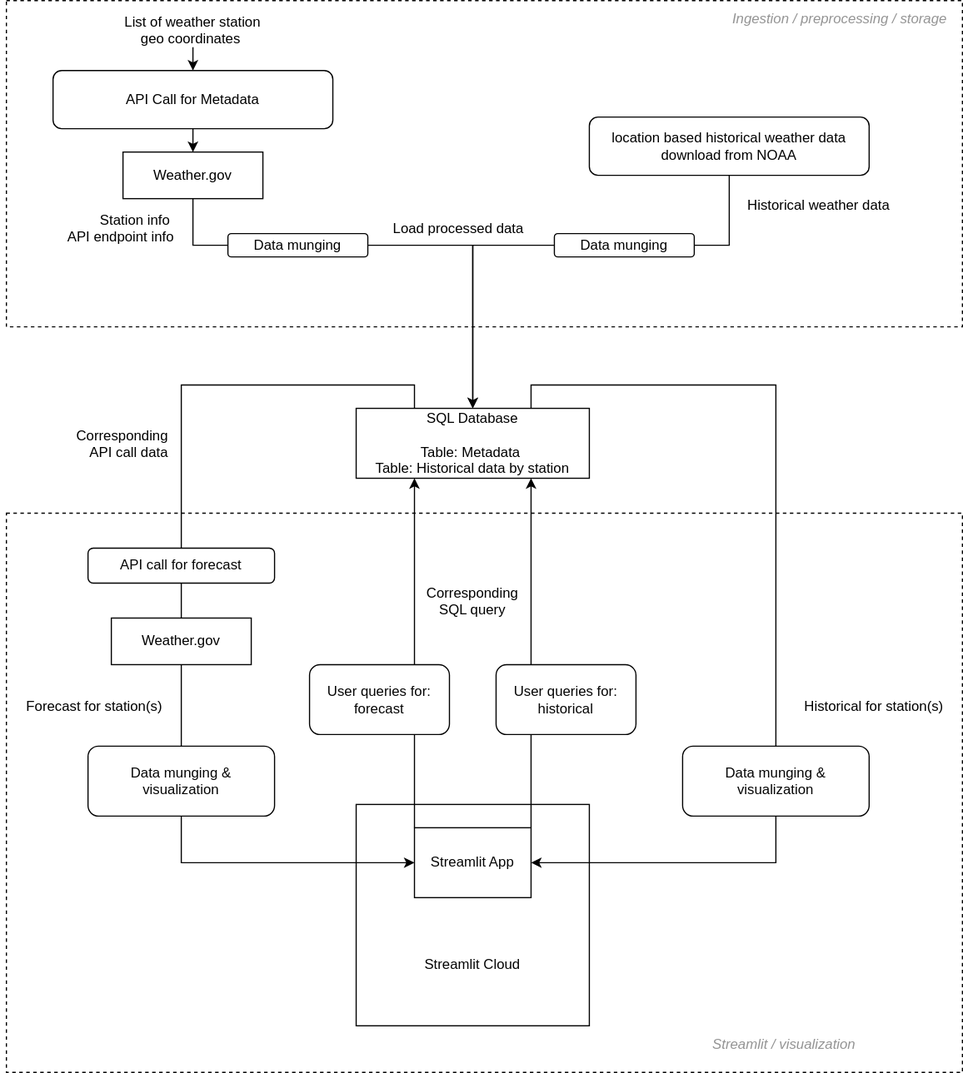
Earlier version of the draw.io export 07 Engineering/Flowchart - weather data.drawio.svg (nkim500/Metis_Projects). Source tidied: cells renumbered, new cells last; positions are measured from the earlier drawing's top-left corner, leaving out a move shared by most shapes. Its diagram source:
```xml
<mxGraphModel>
  <root>
    <mxCell id="0" />
    <mxCell id="1" parent="0" />
    <mxCell id="2" style="rounded=0;whiteSpace=wrap;html=1;fillColor=none;dashed=1;" parent="1" vertex="1">
      <mxGeometry x="5" width="820" height="280" as="geometry" />
    </mxCell>
    <mxCell id="3" style="edgeStyle=orthogonalEdgeStyle;rounded=0;jettySize=auto;html=1;exitX=0.5;exitY=1;exitDx=0;exitDy=0;entryX=0.5;entryY=0;entryDx=0;entryDy=0;" parent="1" edge="1" source="4" target="6">
      <mxGeometry relative="1" as="geometry" />
    </mxCell>
    <mxCell id="4" value="API Call for Metadata" style="rounded=1;whiteSpace=wrap;html=1;" parent="1" vertex="1">
      <mxGeometry x="45" y="60" width="240" height="50" as="geometry" />
    </mxCell>
    <mxCell id="5" style="edgeStyle=orthogonalEdgeStyle;rounded=0;jettySize=auto;html=1;exitX=1;exitY=0.5;exitDx=0;exitDy=0;entryX=0.5;entryY=0;entryDx=0;entryDy=0;startArrow=none;" parent="1" edge="1" source="14" target="11">
      <mxGeometry relative="1" as="geometry" />
    </mxCell>
    <mxCell id="6" value="Weather.gov" style="rounded=0;whiteSpace=wrap;html=1;" parent="1" vertex="1">
      <mxGeometry x="105" y="130" width="120" height="40" as="geometry" />
    </mxCell>
    <mxCell id="7" value="Station info &#10;API endpoint info" style="text;strokeColor=none;fillColor=none;align=right;verticalAlign=middle;spacingLeft=4;spacingRight=4;overflow=hidden;" parent="1" vertex="1">
      <mxGeometry x="35" y="180" width="120" height="30" as="geometry" />
    </mxCell>
    <mxCell id="8" value="List of weather station &#10;geo coordinates " style="text;strokeColor=none;fillColor=none;align=center;verticalAlign=middle;spacingLeft=4;spacingRight=4;overflow=hidden;" parent="1" vertex="1">
      <mxGeometry x="70" y="10" width="190" height="30" as="geometry" />
    </mxCell>
    <mxCell id="9" style="endArrow=classic;html=1;rounded=0;entryX=0.5;entryY=0;entryDx=0;entryDy=0;" parent="1" edge="1" target="4">
      <mxGeometry relative="1" as="geometry">
        <mxPoint x="165" y="40" as="sourcePoint" />
      </mxGeometry>
    </mxCell>
    <mxCell id="10" value="location based historical weather data download from NOAA" style="rounded=1;whiteSpace=wrap;html=1;" parent="1" vertex="1">
      <mxGeometry x="505" y="100" width="240" height="50" as="geometry" />
    </mxCell>
    <mxCell id="11" value="SQL Database&lt;br&gt;&lt;br&gt;Table: Metadata&amp;nbsp;&lt;br&gt;Table: Historical data by station" style="rounded=0;whiteSpace=wrap;html=1;" parent="1" vertex="1">
      <mxGeometry x="305" y="350" width="200" height="60" as="geometry" />
    </mxCell>
    <mxCell id="12" style="edgeStyle=orthogonalEdgeStyle;rounded=0;jettySize=auto;html=1;exitX=0;exitY=0.5;exitDx=0;exitDy=0;entryX=0.5;entryY=0;entryDx=0;entryDy=0;" parent="1" edge="1" source="16" target="11">
      <mxGeometry relative="1" as="geometry">
        <Array as="points">
          <mxPoint x="405" y="210" />
        </Array>
      </mxGeometry>
    </mxCell>
    <mxCell id="13" value="Historical weather data" style="text;strokeColor=none;fillColor=none;align=left;verticalAlign=middle;spacingLeft=4;spacingRight=4;overflow=hidden;" parent="1" vertex="1">
      <mxGeometry x="635" y="160" width="190" height="30" as="geometry" />
    </mxCell>
    <mxCell id="14" value="Data munging" style="rounded=1;whiteSpace=wrap;html=1;" parent="1" vertex="1">
      <mxGeometry x="195" y="200" width="120" height="20" as="geometry" />
    </mxCell>
    <mxCell id="15" style="edgeStyle=orthogonalEdgeStyle;rounded=0;jettySize=auto;html=1;exitX=0.5;exitY=1;exitDx=0;exitDy=0;entryX=0;entryY=0.5;entryDx=0;entryDy=0;endArrow=none;" parent="1" edge="1" source="6" target="14">
      <mxGeometry relative="1" as="geometry" />
    </mxCell>
    <mxCell id="16" value="Data munging" style="rounded=1;whiteSpace=wrap;html=1;" parent="1" vertex="1">
      <mxGeometry x="475" y="200" width="120" height="20" as="geometry" />
    </mxCell>
    <mxCell id="17" style="edgeStyle=orthogonalEdgeStyle;rounded=0;jettySize=auto;html=1;entryX=1;entryY=0.5;entryDx=0;entryDy=0;endArrow=none;exitX=0.5;exitY=1;exitDx=0;exitDy=0;" parent="1" edge="1" source="10" target="16">
      <mxGeometry relative="1" as="geometry" />
    </mxCell>
    <mxCell id="18" value="Ingestion / preprocessing / storage" style="text;strokeColor=none;fillColor=none;align=center;verticalAlign=middle;spacingLeft=4;spacingRight=4;overflow=hidden;fontStyle=2;fontColor=#949494;" parent="1" vertex="1">
      <mxGeometry x="615" width="210" height="30" as="geometry" />
    </mxCell>
    <mxCell id="19" value="Streamlit / visualization" style="text;strokeColor=none;fillColor=none;align=left;verticalAlign=middle;spacingLeft=4;spacingRight=4;overflow=hidden;fontStyle=2;fontColor=#949494;" parent="1" vertex="1">
      <mxGeometry x="605" y="880" width="210" height="30" as="geometry" />
    </mxCell>
    <mxCell id="20" value="&lt;font color=&quot;#050505&quot;&gt;Streamlit App&lt;br&gt;&lt;/font&gt;" style="rounded=0;whiteSpace=wrap;html=1;fontColor=#949494;fillColor=none;" parent="1" vertex="1">
      <mxGeometry x="355" y="710" width="100" height="60" as="geometry" />
    </mxCell>
    <mxCell id="21" value="Corresponding &#10;SQL query" style="text;strokeColor=none;fillColor=none;align=center;verticalAlign=middle;spacingLeft=4;spacingRight=4;overflow=hidden;" parent="1" vertex="1">
      <mxGeometry x="345" y="500" width="120" height="30" as="geometry" />
    </mxCell>
    <mxCell id="22" value="User queries for:&lt;br&gt;forecast" style="rounded=1;whiteSpace=wrap;html=1;fontColor=#050505;fillColor=none;" parent="1" vertex="1">
      <mxGeometry x="265" y="570" width="120" height="60" as="geometry" />
    </mxCell>
    <mxCell id="23" value="User queries for:&lt;br&gt;historical" style="rounded=1;whiteSpace=wrap;html=1;fontColor=#050505;fillColor=none;" parent="1" vertex="1">
      <mxGeometry x="425" y="570" width="120" height="60" as="geometry" />
    </mxCell>
    <mxCell id="24" value="&lt;font style=&quot;font-size: 12px&quot;&gt;Data munging &amp;amp; &lt;br&gt;visualization&lt;/font&gt;" style="rounded=1;whiteSpace=wrap;html=1;fontSize=6;fontColor=#050505;fillColor=none;" parent="1" vertex="1">
      <mxGeometry x="75" y="640" width="160" height="60" as="geometry" />
    </mxCell>
    <mxCell id="25" style="endArrow=classic;html=1;rounded=0;fontSize=12;fontColor=#050505;entryX=0.25;entryY=1;entryDx=0;entryDy=0;exitX=0.75;exitY=0;exitDx=0;exitDy=0;" parent="1" edge="1" source="22" target="11">
      <mxGeometry relative="1" as="geometry" />
    </mxCell>
    <mxCell id="26" style="endArrow=classic;html=1;rounded=0;fontSize=12;fontColor=#050505;entryX=0.75;entryY=1;entryDx=0;entryDy=0;exitX=0.25;exitY=0;exitDx=0;exitDy=0;" parent="1" edge="1" source="23" target="11">
      <mxGeometry relative="1" as="geometry" />
    </mxCell>
    <mxCell id="27" style="endArrow=none;html=1;rounded=0;fontSize=12;fontColor=#050505;entryX=0;entryY=0;entryDx=0;entryDy=0;exitX=0.75;exitY=1;exitDx=0;exitDy=0;" parent="1" edge="1" source="22" target="20">
      <mxGeometry relative="1" as="geometry" />
    </mxCell>
    <mxCell id="28" style="endArrow=none;html=1;rounded=0;fontSize=12;fontColor=#050505;entryX=0.25;entryY=1;entryDx=0;entryDy=0;exitX=1;exitY=0;exitDx=0;exitDy=0;" parent="1" edge="1" source="20" target="23">
      <mxGeometry relative="1" as="geometry" />
    </mxCell>
    <mxCell id="29" style="edgeStyle=orthogonalEdgeStyle;rounded=0;jettySize=auto;html=1;exitX=0.5;exitY=0;exitDx=0;exitDy=0;entryX=0.25;entryY=0;entryDx=0;entryDy=0;endArrow=none;" parent="1" edge="1" source="32" target="11">
      <mxGeometry relative="1" as="geometry" />
    </mxCell>
    <mxCell id="30" style="edgeStyle=orthogonalEdgeStyle;rounded=0;jettySize=auto;html=1;fontSize=12;fontColor=#050505;entryX=0;entryY=0.5;entryDx=0;entryDy=0;exitX=0.5;exitY=1;exitDx=0;exitDy=0;" parent="1" edge="1" source="24" target="20">
      <mxGeometry relative="1" as="geometry" />
    </mxCell>
    <mxCell id="31" value="Weather.gov" style="rounded=0;whiteSpace=wrap;html=1;" parent="1" vertex="1">
      <mxGeometry x="95" y="530" width="120" height="40" as="geometry" />
    </mxCell>
    <mxCell id="32" value="&lt;font style=&quot;font-size: 12px&quot;&gt;API call for forecast&lt;/font&gt;" style="rounded=1;whiteSpace=wrap;html=1;fontSize=6;fontColor=#050505;fillColor=none;" parent="1" vertex="1">
      <mxGeometry x="75" y="470" width="160" height="30" as="geometry" />
    </mxCell>
    <mxCell id="33" style="endArrow=none;html=1;rounded=0;fontSize=12;fontColor=#050505;entryX=0.5;entryY=1;entryDx=0;entryDy=0;exitX=0.5;exitY=0;exitDx=0;exitDy=0;" parent="1" edge="1" source="31" target="32">
      <mxGeometry relative="1" as="geometry" />
    </mxCell>
    <mxCell id="34" style="endArrow=none;html=1;rounded=0;fontSize=12;fontColor=#050505;entryX=0.5;entryY=1;entryDx=0;entryDy=0;exitX=0.5;exitY=0;exitDx=0;exitDy=0;" parent="1" edge="1" source="24" target="31">
      <mxGeometry relative="1" as="geometry" />
    </mxCell>
    <mxCell id="35" value="Forecast for station(s)" style="text;strokeColor=none;fillColor=none;align=right;verticalAlign=middle;spacingLeft=4;spacingRight=4;overflow=hidden;" parent="1" vertex="1">
      <mxGeometry x="5" y="590" width="140" height="30" as="geometry" />
    </mxCell>
    <mxCell id="36" value="&lt;font style=&quot;font-size: 12px&quot;&gt;Data munging &amp;amp; &lt;br&gt;visualization&lt;/font&gt;" style="rounded=1;whiteSpace=wrap;html=1;fontSize=6;fontColor=#050505;fillColor=none;" parent="1" vertex="1">
      <mxGeometry x="585" y="640" width="160" height="60" as="geometry" />
    </mxCell>
    <mxCell id="37" value="Load processed data" style="text;strokeColor=none;fillColor=none;align=right;verticalAlign=middle;spacingLeft=4;spacingRight=4;overflow=hidden;" parent="1" vertex="1">
      <mxGeometry x="305" y="180" width="150" height="30" as="geometry" />
    </mxCell>
    <mxCell id="38" style="edgeStyle=orthogonalEdgeStyle;rounded=0;jettySize=auto;html=1;exitX=0.5;exitY=0;exitDx=0;exitDy=0;entryX=0.75;entryY=0;entryDx=0;entryDy=0;endArrow=none;" parent="1" edge="1" source="36" target="11">
      <mxGeometry relative="1" as="geometry" />
    </mxCell>
    <mxCell id="39" style="edgeStyle=orthogonalEdgeStyle;rounded=0;jettySize=auto;html=1;fontSize=12;fontColor=#050505;entryX=1;entryY=0.5;entryDx=0;entryDy=0;exitX=0.5;exitY=1;exitDx=0;exitDy=0;" parent="1" edge="1" source="36" target="20">
      <mxGeometry relative="1" as="geometry" />
    </mxCell>
    <mxCell id="40" value="&lt;br&gt;&lt;br&gt;&lt;br&gt;&lt;br&gt;&lt;br&gt;&lt;br&gt;Streamlit Cloud" style="rounded=0;whiteSpace=wrap;html=1;fontColor=#050505;fillColor=none;align=center;" parent="1" vertex="1">
      <mxGeometry x="305" y="690" width="200" height="190" as="geometry" />
    </mxCell>
    <mxCell id="41" value="Historical for station(s)" style="text;strokeColor=none;fillColor=none;align=right;verticalAlign=middle;spacingLeft=4;spacingRight=4;overflow=hidden;" parent="1" vertex="1">
      <mxGeometry x="675" y="590" width="140" height="30" as="geometry" />
    </mxCell>
    <mxCell id="42" style="rounded=0;whiteSpace=wrap;html=1;fillColor=none;dashed=1;" parent="1" vertex="1">
      <mxGeometry x="5" y="440" width="820" height="480" as="geometry" />
    </mxCell>
    <mxCell id="43" value="Corresponding &#10;API call data" style="text;strokeColor=none;fillColor=none;align=right;verticalAlign=middle;spacingLeft=4;spacingRight=4;overflow=hidden;" parent="1" vertex="1">
      <mxGeometry y="365" width="150" height="30" as="geometry" />
    </mxCell>
  </root>
</mxGraphModel>
```
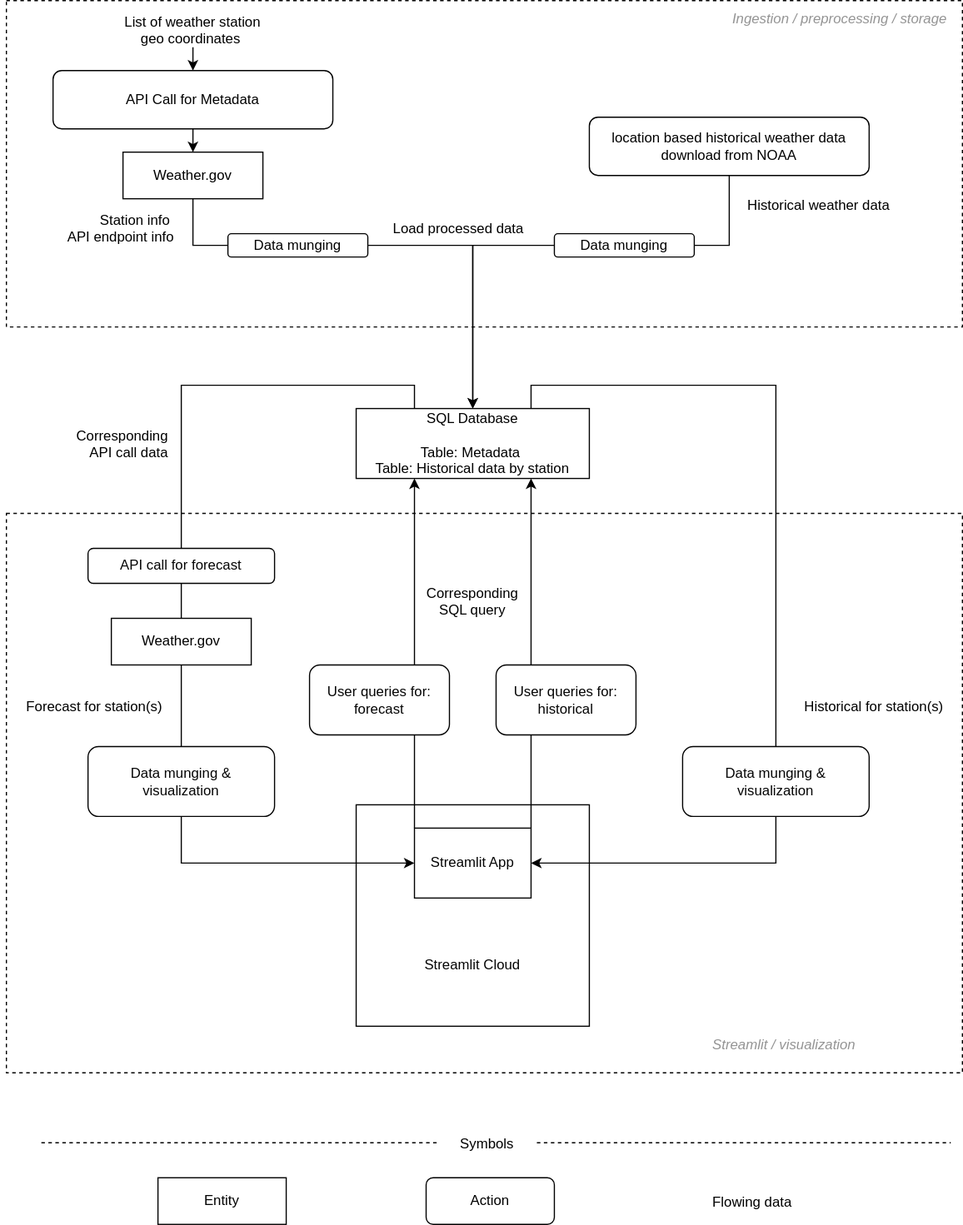
Above is the later version.

Diff of the diagram source:
```diff
@@ -134,5 +134,30 @@
     <mxCell id="43" value="Corresponding &#10;API call data" style="text;strokeColor=none;fillColor=none;align=right;verticalAlign=middle;spacingLeft=4;spacingRight=4;overflow=hidden;" parent="1" vertex="1">
       <mxGeometry y="365" width="150" height="30" as="geometry" />
     </mxCell>
+    <mxCell id="44" value="Entity" style="rounded=0;whiteSpace=wrap;html=1;" parent="1" vertex="1">
+      <mxGeometry x="135" y="1010" width="110" height="40" as="geometry" />
+    </mxCell>
+    <mxCell id="45" value="Flowing data" style="text;strokeColor=none;fillColor=none;align=right;verticalAlign=middle;spacingLeft=4;spacingRight=4;overflow=hidden;" parent="1" vertex="1">
+      <mxGeometry x="535" y="1010" width="150" height="40" as="geometry" />
+    </mxCell>
+    <mxCell id="46" value="Action" style="rounded=1;whiteSpace=wrap;html=1;" parent="1" vertex="1">
+      <mxGeometry x="365" y="1010" width="110" height="40" as="geometry" />
+    </mxCell>
+    <mxCell id="47" style="endArrow=none;dashed=1;html=1;rounded=0;startArrow=none;" parent="1" edge="1" source="48">
+      <mxGeometry relative="1" as="geometry">
+        <mxPoint x="815" y="980" as="targetPoint" />
+      </mxGeometry>
+    </mxCell>
+    <mxCell id="48" value="Symbols" style="text;strokeColor=none;fillColor=none;align=center;verticalAlign=middle;spacingLeft=4;spacingRight=4;overflow=hidden;points=[[0,0.5],[1,0.5]];portConstraint=eastwest;" parent="1" vertex="1">
+      <mxGeometry x="375" y="960" width="85" height="40" as="geometry" />
+    </mxCell>
+    <mxCell id="49" style="endArrow=none;dashed=1;html=1;rounded=0;" parent="1" edge="1" target="48">
+      <mxGeometry relative="1" as="geometry">
+        <mxPoint x="35" y="980" as="sourcePoint" />
+        <Array as="points">
+          <mxPoint x="335" y="980" />
+        </Array>
+      </mxGeometry>
+    </mxCell>
   </root>
 </mxGraphModel>
```
